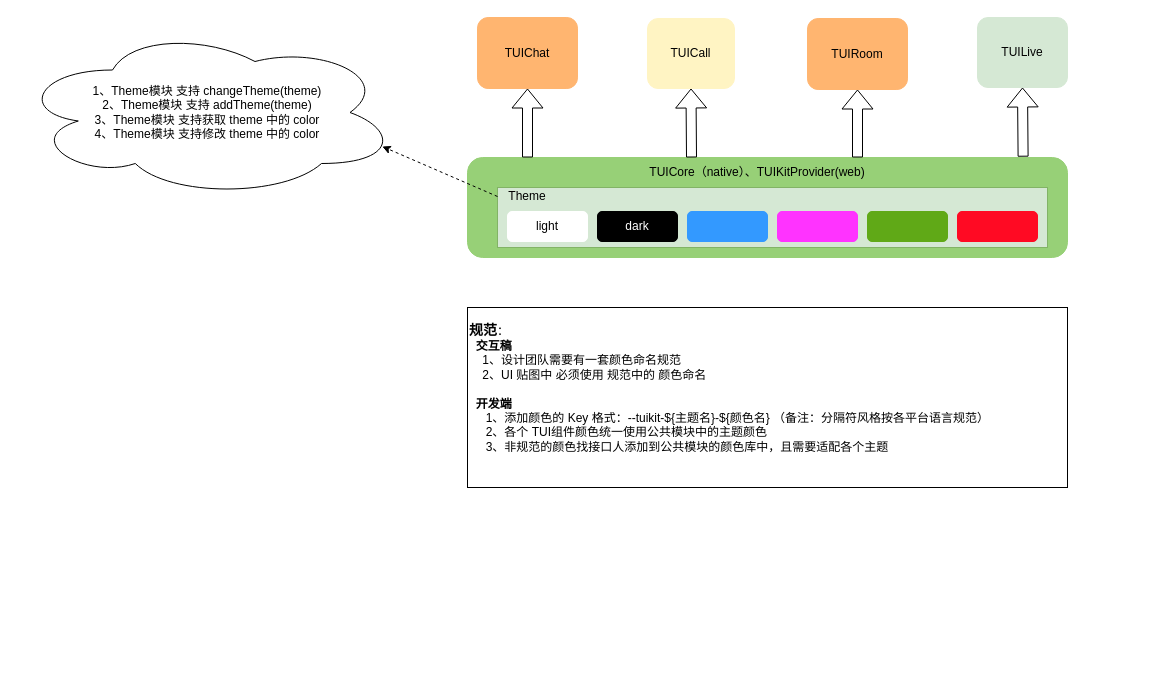
Before: diagrams/TUIKIt各个组件主题统一方案设计.drawio in paopaosecret/resources, a draw.io diagram. Source tidied: cells renumbered, new cells numbered last; positions are measured from the earlier drawing's top-left corner, leaving out a move shared by most shapes. Both pictures are drawn from the tidied source at 100%, with x=0, y=0 at pixel (17, 17).
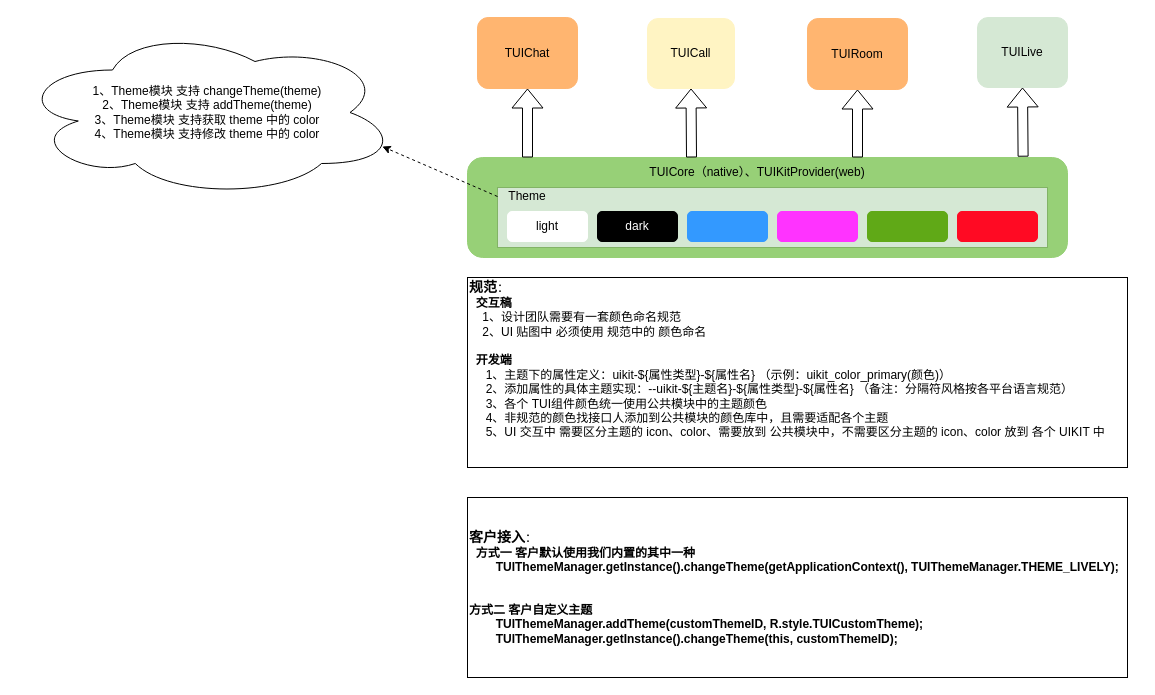
The same page after the edit.

Commit message:
更新TUIKIt各个组件主题统一方案设计.drawio

Change to the diagram source:
```diff
@@
     <mxCell id="22" style="rounded=0;whiteSpace=wrap;html=1;" parent="1" vertex="1">
-      <mxGeometry x="450" y="290" width="600" height="180" as="geometry" />
+      <mxGeometry x="450" y="260" width="660" height="190" as="geometry" />
     </mxCell>
-    <mxCell id="23" value="&lt;b&gt;&lt;font style=&quot;font-size: 14px;&quot;&gt;规范&lt;/font&gt;&lt;/b&gt;：&lt;div&gt;&amp;nbsp; &lt;b&gt;交互稿&lt;/b&gt;&lt;/div&gt;&lt;div&gt;&amp;nbsp; &amp;nbsp; 1、设计团队需要有一套颜色命名规范&lt;/div&gt;&lt;div&gt;&amp;nbsp; &amp;nbsp; 2、UI 贴图中 必须使用 规范中的 颜色命名&lt;/div&gt;&lt;div&gt;&lt;br&gt;&lt;/div&gt;&lt;div&gt;&amp;nbsp; &lt;b&gt;开发端&lt;/b&gt;&lt;/div&gt;&lt;div&gt;&amp;nbsp;&amp;nbsp;&lt;span style=&quot;background-color: initial;&quot;&gt;&amp;nbsp; &amp;nbsp;1、添加颜色的 Key 格式：--tuikit-${主题名}-${颜色名} （备注：&lt;/span&gt;&lt;span style=&quot;background-color: initial;&quot;&gt;分隔符风格按&lt;/span&gt;&lt;span style=&quot;background-color: initial;&quot;&gt;各平台语言规范）&lt;/span&gt;&lt;/div&gt;&lt;div&gt;&amp;nbsp; &amp;nbsp; &amp;nbsp;2、各个 TUI组件颜色统一使用公共模块中的主题颜色&lt;/div&gt;&lt;div&gt;&amp;nbsp; &amp;nbsp; &amp;nbsp;3、非规范的颜色找接口人添加到公共模块的颜色库中，且&lt;span style=&quot;background-color: initial;&quot;&gt;需要适配各个主题&lt;/span&gt;&lt;/div&gt;&lt;div&gt;&amp;nbsp;&amp;nbsp;&lt;/div&gt;&lt;div&gt;&lt;br&gt;&lt;/div&gt;" style="text;html=1;align=left;verticalAlign=middle;whiteSpace=wrap;rounded=0;" parent="1" vertex="1">
-      <mxGeometry x="450" y="370" width="650" height="30" as="geometry" />
+    <mxCell id="23" value="&lt;b&gt;&lt;font style=&quot;font-size: 14px;&quot;&gt;规范&lt;/font&gt;&lt;/b&gt;：&lt;div&gt;&amp;nbsp; &lt;b&gt;交互稿&lt;/b&gt;&lt;/div&gt;&lt;div&gt;&amp;nbsp; &amp;nbsp; 1、设计团队需要有一套颜色命名规范&lt;/div&gt;&lt;div&gt;&amp;nbsp; &amp;nbsp; 2、UI 贴图中 必须使用 规范中的 颜色命名&lt;/div&gt;&lt;div&gt;&lt;br&gt;&lt;/div&gt;&lt;div&gt;&amp;nbsp; &lt;b&gt;开发端&lt;/b&gt;&lt;/div&gt;&lt;div&gt;&lt;b&gt;&amp;nbsp; &amp;nbsp; &amp;nbsp;&lt;/b&gt;1、&lt;span style=&quot;background-color: initial;&quot;&gt;主题下的属性定义：&lt;/span&gt;&lt;span style=&quot;background-color: initial;&quot;&gt;uikit-${属性类型}-${属性名} （示例：uikit_color_primary(颜色)）&lt;/span&gt;&lt;/div&gt;&lt;div&gt;&amp;nbsp;&amp;nbsp;&lt;span style=&quot;background-color: initial;&quot;&gt;&amp;nbsp; &amp;nbsp;2、添加属性的具体主题实现：--uikit-${主题名}-${属性类型}&lt;/span&gt;&lt;span style=&quot;background-color: initial;&quot;&gt;-${属性名}&lt;/span&gt;&lt;span style=&quot;background-color: initial;&quot;&gt;&amp;nbsp;（备注：&lt;/span&gt;&lt;span style=&quot;background-color: initial;&quot;&gt;分隔符风格按&lt;/span&gt;&lt;span style=&quot;background-color: initial;&quot;&gt;各平台语言规范）&lt;/span&gt;&lt;/div&gt;&lt;div&gt;&amp;nbsp; &amp;nbsp; &amp;nbsp;3、各个 TUI组件颜色统一使用公共模块中的主题颜色&lt;/div&gt;&lt;div&gt;&amp;nbsp; &amp;nbsp; &amp;nbsp;4、非规范的颜色找接口人添加到公共模块的颜色库中，且&lt;span style=&quot;background-color: initial;&quot;&gt;需要适配各个主题&lt;/span&gt;&lt;/div&gt;&lt;div&gt;&lt;span style=&quot;background-color: initial;&quot;&gt;&amp;nbsp; &amp;nbsp; &amp;nbsp;5、UI 交互中 需要区分主题的 icon、color、需要放到 公共模块中，不需要区分主题的 icon、color 放到 各个 UIKIT 中&lt;/span&gt;&lt;br&gt;&lt;/div&gt;&lt;div&gt;&lt;span style=&quot;background-color: initial;&quot;&gt;&amp;nbsp; &amp;nbsp; &amp;nbsp;&lt;/span&gt;&lt;/div&gt;&lt;div&gt;&lt;span style=&quot;background-color: initial;&quot;&gt;&lt;br&gt;&lt;/span&gt;&lt;/div&gt;&lt;div&gt;&lt;span style=&quot;background-color: initial;&quot;&gt;&lt;br&gt;&lt;/span&gt;&lt;/div&gt;&lt;div&gt;&lt;span style=&quot;background-color: initial;&quot;&gt;&lt;br&gt;&lt;/span&gt;&lt;/div&gt;&lt;div&gt;&amp;nbsp;&amp;nbsp;&lt;/div&gt;&lt;div&gt;&lt;br&gt;&lt;/div&gt;" style="text;html=1;align=left;verticalAlign=middle;whiteSpace=wrap;rounded=0;" parent="1" vertex="1">
+      <mxGeometry x="450" y="370" width="670" height="30" as="geometry" />
     </mxCell>
+    <mxCell id="24" value="&lt;div&gt;&lt;br&gt;&lt;/div&gt;&lt;div&gt;&lt;br&gt;&lt;/div&gt;&lt;span style=&quot;font-size: 14px;&quot;&gt;&lt;b&gt;客户接入&lt;/b&gt;&lt;/span&gt;：&lt;div style=&quot;forced-color-adjust: none;&quot;&gt;&amp;nbsp;&lt;span&gt;&amp;nbsp;&lt;/span&gt;&lt;span style=&quot;background-color: initial;&quot;&gt;&lt;b&gt;方式一 客户默认使用我们内置的其中一种&lt;/b&gt;&lt;/span&gt;&lt;/div&gt;&lt;div&gt;&lt;b&gt;&amp;nbsp; &amp;nbsp; &amp;nbsp; &amp;nbsp; TUIThemeManager.getInstance().changeTheme(getApplicationContext(), TUIThemeManager.THEME_LIVELY);&lt;/b&gt;&lt;/div&gt;&lt;div&gt;&lt;b&gt;&lt;br&gt;&lt;/b&gt;&lt;/div&gt;&lt;div&gt;&lt;b&gt;&lt;br&gt;&lt;/b&gt;&lt;/div&gt;&lt;div&gt;&lt;b&gt;方式二 客户自定义主题&lt;/b&gt;&lt;/div&gt;&lt;div&gt;&lt;b&gt;&amp;nbsp; &amp;nbsp; &amp;nbsp; &amp;nbsp; TUIThemeManager.addTheme(customThemeID, R.style.TUICustomTheme);&lt;/b&gt;&lt;/div&gt;&lt;div&gt;&lt;b&gt;&amp;nbsp; &amp;nbsp; &amp;nbsp; &amp;nbsp; TUIThemeManager.getInstance().changeTheme(this, customThemeID);&lt;/b&gt;&lt;/div&gt;&lt;div style=&quot;forced-color-adjust: none;&quot;&gt;&amp;nbsp;&amp;nbsp;&lt;/div&gt;&lt;div style=&quot;forced-color-adjust: none;&quot;&gt;&lt;br style=&quot;forced-color-adjust: none; color: rgb(0, 0, 0); font-family: Helvetica; font-size: 12px; font-style: normal; font-variant-ligatures: normal; font-variant-caps: normal; font-weight: 400; letter-spacing: normal; orphans: 2; text-indent: 0px; text-transform: none; widows: 2; word-spacing: 0px; -webkit-text-stroke-width: 0px; white-space: normal; background-color: rgb(251, 251, 251); text-decoration-thickness: initial; text-decoration-style: initial; text-decoration-color: initial;&quot;&gt;&lt;/div&gt;" style="rounded=0;whiteSpace=wrap;html=1;align=left;" parent="1" vertex="1">
+      <mxGeometry x="450" y="480" width="660" height="180" as="geometry" />
+    </mxCell>
```
